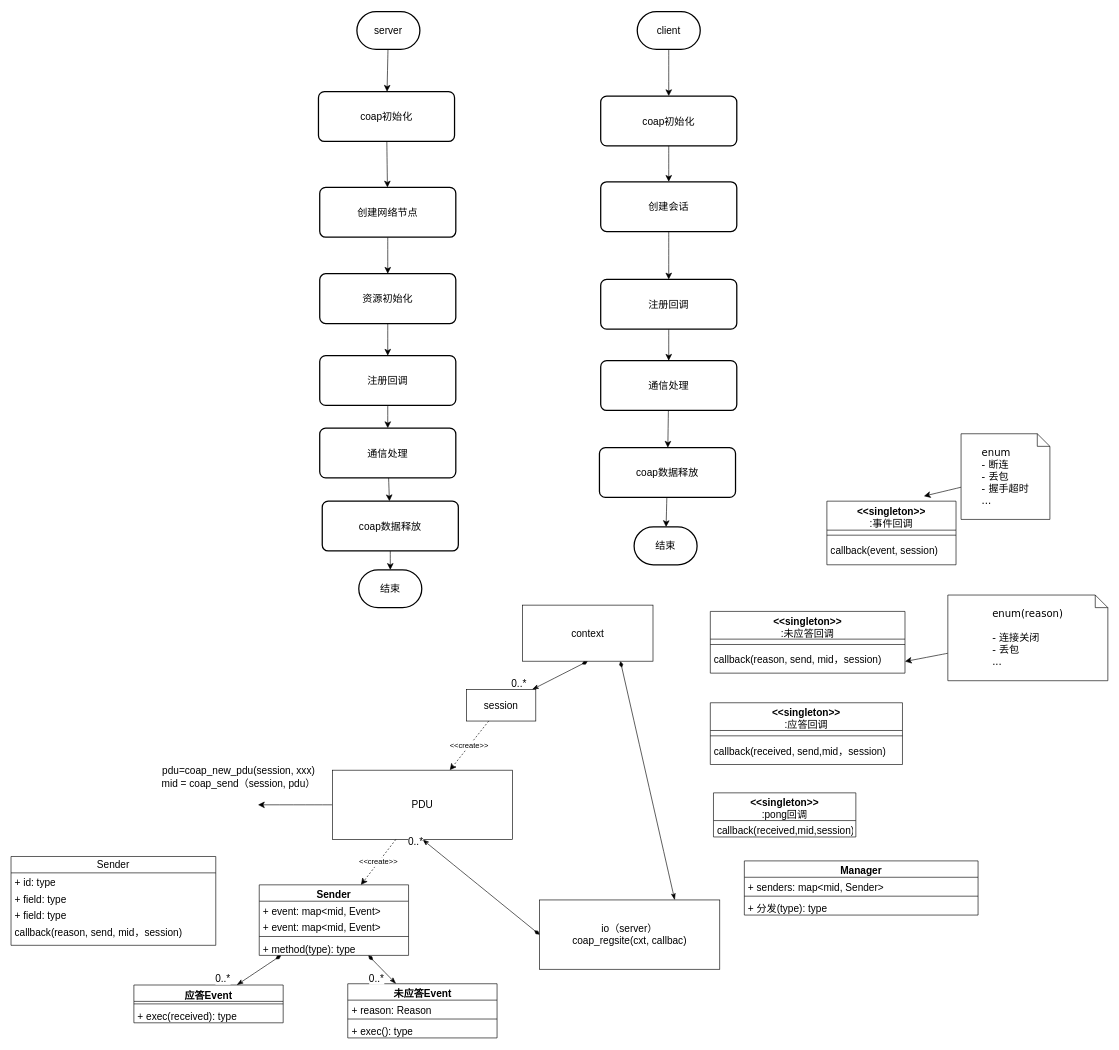
Earlier version of the draw.io diagram page "流程图" (2 of 4) of Coap/CoapPlusPlus/doc/coap.drawio (MrHulu/Learn-OpenGL). Source tidied: cells renumbered, new cells numbered last; positions are measured from the earlier drawing's top-left corner, leaving out a move shared by most shapes. Both pictures are drawn from the tidied source at 63%, with x=0, y=0 at pixel (11, 11).
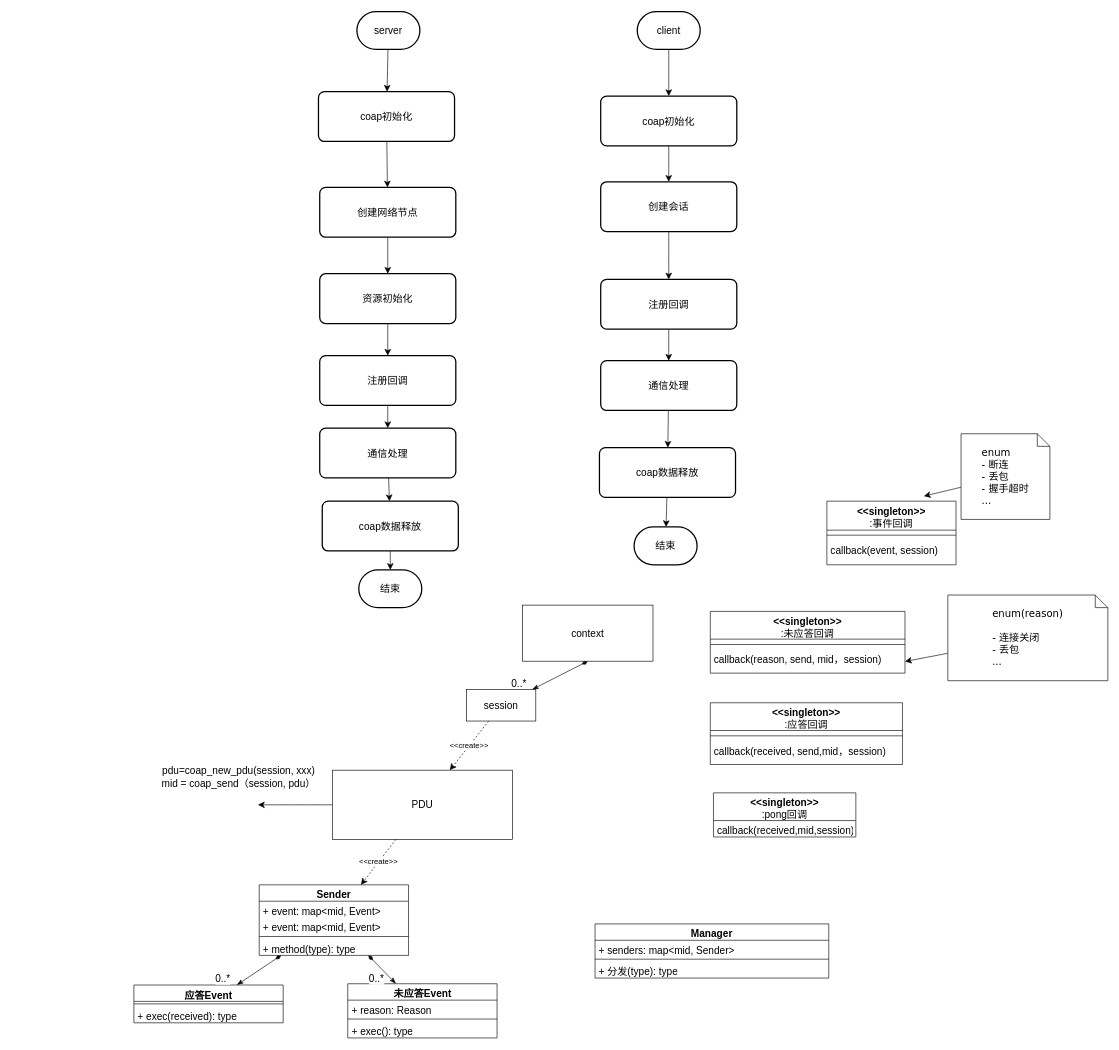
The same diagram, later.

Unchanged cells that the change refers to:
```xml
<mxCell id="5" value="context" style="html=1;whiteSpace=wrap;fontSize=16;" parent="1" vertex="1">
  <mxGeometry x="812" y="942" width="207" height="89" as="geometry" />
</mxCell>
<mxCell id="7" value="PDU" style="html=1;whiteSpace=wrap;fontSize=16;" parent="1" vertex="1">
  <mxGeometry x="510" y="1204" width="286" height="110" as="geometry" />
</mxCell>
```

Diff of the diagram source:
```diff
@@
-    <mxCell id="24" value="io（server）&lt;br&gt;coap_regsite(cxt, callbac)" style="html=1;whiteSpace=wrap;fontSize=16;" parent="1" vertex="1">
-      <mxGeometry x="839" y="1410" width="286" height="110" as="geometry" />
-    </mxCell>
-    <mxCell id="25" style="edgeStyle=none;curved=1;rounded=0;jettySize=auto;html=1;entryX=0;entryY=0.5;entryDx=0;entryDy=0;fontSize=12;startSize=8;endSize=8;endArrow=diamondThin;endFill=1;startArrow=classicThin;startFill=1;exitX=0.5;exitY=1;exitDx=0;exitDy=0;" parent="1" edge="1" source="7" target="24">
-      <mxGeometry relative="1" as="geometry" />
-    </mxCell>
-    <mxCell id="26" value="0..*" style="edgeLabel;html=1;align=center;verticalAlign=middle;fontSize=16;" parent="25" vertex="1">
-      <mxGeometry x="-0.85" y="2" relative="1" as="geometry">
-        <mxPoint x="-27" y="-6" as="offset" />
-      </mxGeometry>
-    </mxCell>
-    <mxCell id="27" style="edgeStyle=none;curved=1;rounded=0;jettySize=auto;html=1;entryX=0.75;entryY=1;entryDx=0;entryDy=0;fontSize=12;startSize=8;endSize=8;endArrow=diamondThin;endFill=1;startArrow=classicThin;startFill=1;exitX=0.75;exitY=0;exitDx=0;exitDy=0;" parent="1" edge="1" source="24" target="5">
-      <mxGeometry relative="1" as="geometry" />
-    </mxCell>
-    <mxCell id="28" value="Sender" style="swimlane;fontStyle=0;horizontal=1;startSize=26;fillColor=none;whiteSpace=wrap;html=1;fontSize=16;" parent="1" vertex="1">
-      <mxGeometry y="1341" width="325" height="141" as="geometry" />
-    </mxCell>
-    <mxCell id="29" value="+ id: type" style="text;strokeColor=none;fillColor=none;align=left;verticalAlign=top;spacingLeft=4;spacingRight=4;overflow=hidden;whiteSpace=wrap;html=1;fontSize=16;" parent="28" vertex="1">
-      <mxGeometry y="26" width="325" height="26" as="geometry" />
-    </mxCell>
-    <mxCell id="30" value="+ field: type" style="text;strokeColor=none;fillColor=none;align=left;verticalAlign=top;spacingLeft=4;spacingRight=4;overflow=hidden;whiteSpace=wrap;html=1;fontSize=16;" parent="28" vertex="1">
-      <mxGeometry y="52" width="325" height="26" as="geometry" />
-    </mxCell>
-    <mxCell id="31" value="+ field: type" style="text;strokeColor=none;fillColor=none;align=left;verticalAlign=top;spacingLeft=4;spacingRight=4;overflow=hidden;whiteSpace=wrap;html=1;fontSize=16;" parent="28" vertex="1">
-      <mxGeometry y="78" width="325" height="26" as="geometry" />
-    </mxCell>
-    <mxCell id="32" value="callback(reason, send, mid，session)" style="text;strokeColor=none;fillColor=none;align=left;verticalAlign=top;spacingLeft=4;spacingRight=4;overflow=hidden;whiteSpace=wrap;html=1;fontSize=16;" parent="28" vertex="1">
-      <mxGeometry y="104" width="325" height="37" as="geometry" />
-    </mxCell>
@@
     <mxCell id="38" value="Manager" style="swimlane;fontStyle=1;align=center;verticalAlign=top;horizontal=1;startSize=26;whiteSpace=wrap;html=1;fontSize=16;" parent="1" vertex="1">
-      <mxGeometry x="1164" y="1348" width="371" height="86" as="geometry" />
+      <mxGeometry x="927" y="1448" width="371" height="86" as="geometry" />
     </mxCell>
```
